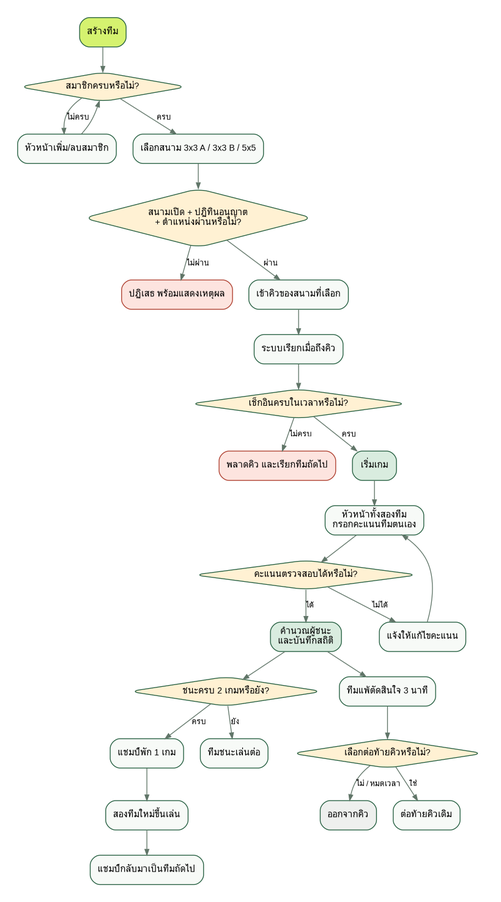
Earlier version of the Mermaid export docs/diagrams/rendered/queue-flow.png (Nokpednam/MeQ-web-app). Its source is kept beside it as docs/diagrams/queue-flow.mmd. The source it was exported from:
```mermaid
flowchart TD
  GAME["PLAYING"] --> END["END_REQUESTED"] --> SCORE["AWAITING_SCORE"] --> COMPLETE["COMPLETED"]
  COMPLETE --> WIN_DECIDE["DECIDING_CONTINUE"]
  WIN_DECIDE -->|Continue| HOLD["HOLDING_COURT"]
  WIN_DECIDE -->|Stop| LEFT
  COMPLETE --> DECIDE["DECIDING_REQUEUE"]
  COMPLETE --> CLOSE_CHECKIN["Remove active check-in game and PLAYING sessions"]
  HOLD --> REST["RESTING after second win"] --> RETURN["RETURNING_CHAMPION"]
  DECIDE -->|Requeue| WAIT["WAITING"]
  DECIDE -->|Leave / timeout| LEFT["LEFT_QUEUE"]
  A[สร้างทีม] --> B{สมาชิกครบหรือไม่}
  B -- ไม่ครบ --> C[หัวหน้าเพิ่ม/ลบสมาชิก]
  C --> B
  B -- ครบ --> D[เลือกสนาม]
  D --> E{ผู้เล่นอยู่ใกล้สนามและสนามเปิดหรือไม่}
  ADMIN[Admin เปิด/ปิดสนามและจัดการกิจกรรม] --> E
  ADMIN --> TARGET[ตั้งคะแนนเป้าหมายรายวัน]
  TARGET --> K
  E -- ไม่ผ่าน --> F[ปฏิเสธการเข้าคิว พร้อมเหตุผล]
  E -- ผ่าน --> G[เข้าคิวของสนามที่เลือก]
  G --> H[ระบบเรียกเมื่อถึงคิว]
  H --> I{เช็กอินครบในเวลาหรือไม่}
  I -- ไม่ครบ --> J[พลาดคิวและเรียกทีมถัดไป]
  I -- ครบ --> K[เริ่มเกม]
  K --> L[หัวหน้าทั้งสองทีมกรอกคะแนนทีมตนเอง]
  L --> M{คะแนนตรวจสอบได้หรือไม่}
  M -- ไม่ได้ --> N[แจ้งให้แก้ไขคะแนน]
  N --> L
  M -- ได้ --> O[คำนวณผู้ชนะและบันทึกสถิติ]
  O --> P{ทีมชนะครบ 2 เกมหรือยัง}
  P -- ยัง --> Q[ทีมชนะเล่นต่อ]
  P -- ครบ --> R[ทีมชนะพัก 1 เกม]
  R --> S[สองทีมจากคิวขึ้นเล่น]
  S --> T[แชมป์กลับมาเป็นทีมถัดไป]
  O --> U[ทีมแพ้ตัดสินใจ 3 นาที]
  U --> V{เลือกต่อท้ายคิวหรือไม่}
  V -- ใช่ --> W[ต่อท้ายคิวเดิม]
  V -- ไม่ / หมดเวลา --> X[ออกจากคิว]
```
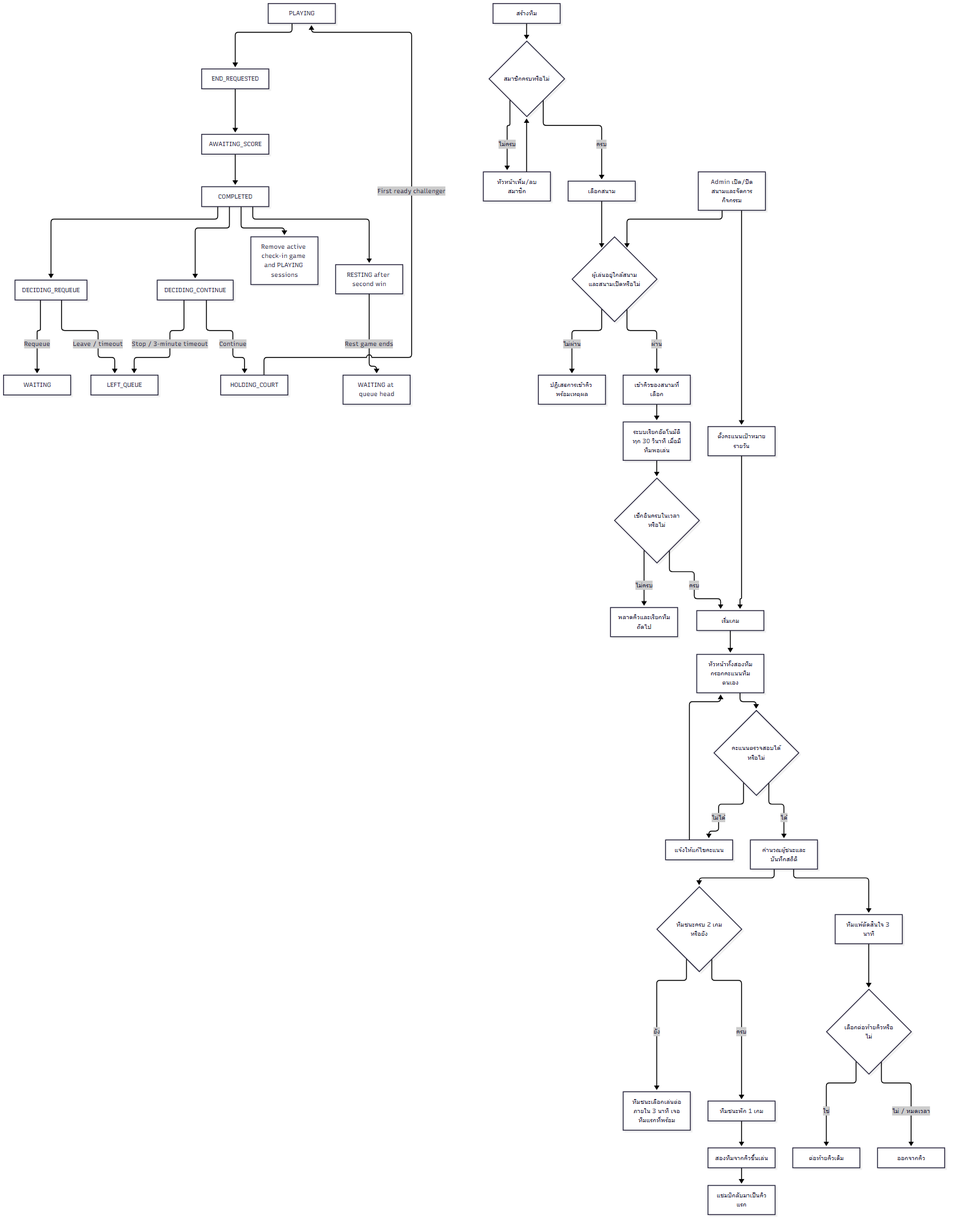
The same file after the commit.

Diff of the diagram source:
```diff
@@ -2,10 +2,11 @@
   GAME["PLAYING"] --> END["END_REQUESTED"] --> SCORE["AWAITING_SCORE"] --> COMPLETE["COMPLETED"]
   COMPLETE --> WIN_DECIDE["DECIDING_CONTINUE"]
   WIN_DECIDE -->|Continue| HOLD["HOLDING_COURT"]
-  WIN_DECIDE -->|Stop| LEFT
+  WIN_DECIDE -->|Stop / 3-minute timeout| LEFT
   COMPLETE --> DECIDE["DECIDING_REQUEUE"]
   COMPLETE --> CLOSE_CHECKIN["Remove active check-in game and PLAYING sessions"]
-  HOLD --> REST["RESTING after second win"] --> RETURN["RETURNING_CHAMPION"]
+  HOLD -->|First ready challenger| GAME
+  COMPLETE --> REST["RESTING after second win"] -->|Rest game ends| HEAD["WAITING at queue head"]
   DECIDE -->|Requeue| WAIT["WAITING"]
   DECIDE -->|Leave / timeout| LEFT["LEFT_QUEUE"]
   A[สร้างทีม] --> B{สมาชิกครบหรือไม่}
@@ -18,7 +19,7 @@
   TARGET --> K
   E -- ไม่ผ่าน --> F[ปฏิเสธการเข้าคิว พร้อมเหตุผล]
   E -- ผ่าน --> G[เข้าคิวของสนามที่เลือก]
-  G --> H[ระบบเรียกเมื่อถึงคิว]
+  G --> H[ระบบเรียกอัตโนมัติทุก 30 วินาที เมื่อมีทีมพอเล่น]
   H --> I{เช็กอินครบในเวลาหรือไม่}
   I -- ไม่ครบ --> J[พลาดคิวและเรียกทีมถัดไป]
   I -- ครบ --> K[เริ่มเกม]
@@ -28,10 +29,10 @@
   N --> L
   M -- ได้ --> O[คำนวณผู้ชนะและบันทึกสถิติ]
   O --> P{ทีมชนะครบ 2 เกมหรือยัง}
-  P -- ยัง --> Q[ทีมชนะเล่นต่อ]
+  P -- ยัง --> Q[ทีมชนะเลือกเล่นต่อภายใน 3 นาที เจอทีมแรกที่พร้อม]
   P -- ครบ --> R[ทีมชนะพัก 1 เกม]
   R --> S[สองทีมจากคิวขึ้นเล่น]
-  S --> T[แชมป์กลับมาเป็นทีมถัดไป]
+  S --> T[แชมป์กลับมาเป็นคิวแรก]
   O --> U[ทีมแพ้ตัดสินใจ 3 นาที]
   U --> V{เลือกต่อท้ายคิวหรือไม่}
   V -- ใช่ --> W[ต่อท้ายคิวเดิม]
```
